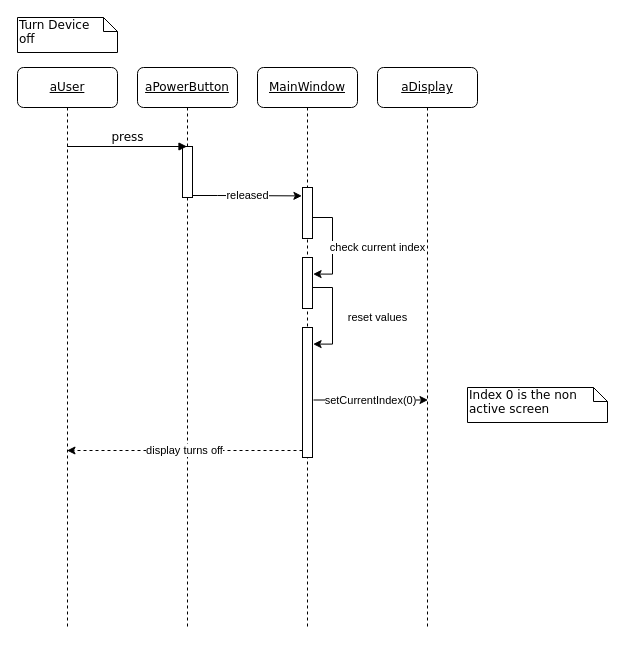
The draw.io diagram Documentation/turn_device_off.drawio in Hall-Andrew/CESDEVICE-3004FinalProject, before the edit. Source tidied: cells renumbered, new cells numbered last; positions are measured from the earlier drawing's top-left corner, leaving out a move shared by most shapes. Both pictures are drawn from the tidied source at 100%, with x=0, y=0 at pixel (17, 17).
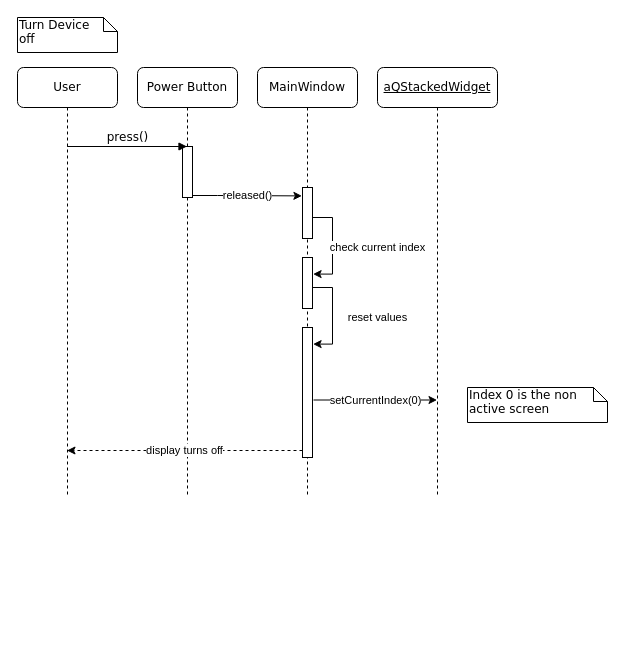
The same page after the edit.

Diff of the diagram source:
```diff
@@
-    <mxCell id="2" value="&lt;u&gt;MainWindow&lt;/u&gt;" style="shape=umlLifeline;perimeter=lifelinePerimeter;whiteSpace=wrap;html=1;rounded=1;shadow=0;comic=0;labelBackgroundColor=none;strokeWidth=1;fontFamily=Verdana;fontSize=12;align=center;" parent="1" vertex="1">
-      <mxGeometry x="240" y="50" width="100" height="560" as="geometry" />
+    <mxCell id="2" value="MainWindow" style="shape=umlLifeline;perimeter=lifelinePerimeter;whiteSpace=wrap;html=1;rounded=1;shadow=0;comic=0;labelBackgroundColor=none;strokeWidth=1;fontFamily=Verdana;fontSize=12;align=center;" parent="1" vertex="1">
+      <mxGeometry x="240" y="50" width="100" height="430" as="geometry" />
     </mxCell>
@@
-    <mxCell id="8" value="&lt;u&gt;aDisplay&lt;/u&gt;" style="shape=umlLifeline;perimeter=lifelinePerimeter;whiteSpace=wrap;html=1;outlineConnect=0;rounded=1;shadow=0;comic=0;labelBackgroundColor=none;strokeWidth=1;fontFamily=Verdana;fontSize=12;align=center;" parent="1" vertex="1">
-      <mxGeometry x="360" y="50" width="100" height="560" as="geometry" />
+    <mxCell id="8" value="&lt;u&gt;aQStackedWidget&lt;/u&gt;" style="shape=umlLifeline;perimeter=lifelinePerimeter;whiteSpace=wrap;html=1;outlineConnect=0;rounded=1;shadow=0;comic=0;labelBackgroundColor=none;strokeWidth=1;fontFamily=Verdana;fontSize=12;align=center;" parent="1" vertex="1">
+      <mxGeometry x="360" y="50" width="120" height="430" as="geometry" />
     </mxCell>
-    <mxCell id="9" value="&lt;u&gt;aUser&lt;/u&gt;" style="shape=umlLifeline;perimeter=lifelinePerimeter;whiteSpace=wrap;html=1;rounded=1;shadow=0;comic=0;labelBackgroundColor=none;strokeWidth=1;fontFamily=Verdana;fontSize=12;align=center;" parent="1" vertex="1">
-      <mxGeometry y="50" width="100" height="560" as="geometry" />
+    <mxCell id="9" value="User" style="shape=umlLifeline;perimeter=lifelinePerimeter;whiteSpace=wrap;html=1;rounded=1;shadow=0;comic=0;labelBackgroundColor=none;strokeWidth=1;fontFamily=Verdana;fontSize=12;align=center;" parent="1" vertex="1">
+      <mxGeometry y="50" width="100" height="430" as="geometry" />
     </mxCell>
@@
-    <mxCell id="11" value="&lt;u&gt;aPowerButton&lt;/u&gt;" style="shape=umlLifeline;perimeter=lifelinePerimeter;whiteSpace=wrap;html=1;outlineConnect=0;rounded=1;shadow=0;comic=0;labelBackgroundColor=none;strokeWidth=1;fontFamily=Verdana;fontSize=12;align=center;" parent="1" vertex="1">
-      <mxGeometry x="120" y="50" width="100" height="560" as="geometry" />
+    <mxCell id="11" value="Power Button" style="shape=umlLifeline;perimeter=lifelinePerimeter;whiteSpace=wrap;html=1;outlineConnect=0;rounded=1;shadow=0;comic=0;labelBackgroundColor=none;strokeWidth=1;fontFamily=Verdana;fontSize=12;align=center;" parent="1" vertex="1">
+      <mxGeometry x="120" y="50" width="100" height="430" as="geometry" />
     </mxCell>
@@
-    <mxCell id="13" value="press" style="html=1;verticalAlign=bottom;endArrow=block;labelBackgroundColor=none;fontFamily=Verdana;fontSize=12;edgeStyle=elbowEdgeStyle;elbow=vertical;rounded=0;" parent="1" edge="1" target="11">
+    <mxCell id="13" value="press()" style="html=1;verticalAlign=bottom;endArrow=block;labelBackgroundColor=none;fontFamily=Verdana;fontSize=12;edgeStyle=elbowEdgeStyle;elbow=vertical;rounded=0;" parent="1" edge="1" target="11">
       <mxGeometry relative="1" as="geometry">
         <mxPoint x="49.7" y="129" as="sourcePoint" />
         <Array as="points">
           <mxPoint x="210" y="129" />
           <mxPoint x="250" y="97" />
           <mxPoint x="250" y="117" />
         </Array>
       </mxGeometry>
     </mxCell>
-    <mxCell id="14" value="released" style="edgeStyle=orthogonalEdgeStyle;rounded=0;orthogonalLoop=1;jettySize=auto;html=1;entryX=-0.06;entryY=0.067;entryDx=0;entryDy=0;entryPerimeter=0;" parent="1" edge="1">
+    <mxCell id="14" value="released()" style="edgeStyle=orthogonalEdgeStyle;rounded=0;orthogonalLoop=1;jettySize=auto;html=1;entryX=-0.06;entryY=0.067;entryDx=0;entryDy=0;entryPerimeter=0;" parent="1" edge="1">
       <mxGeometry relative="1" as="geometry">
         <mxPoint x="175" y="178" as="sourcePoint" />
         <mxPoint x="284.4" y="178.4" as="targetPoint" />
         <Array as="points">
           <mxPoint x="200" y="178" />
           <mxPoint x="200" y="178" />
         </Array>
       </mxGeometry>
     </mxCell>
-    <mxCell id="15" value="setCurrentIndex(0)" style="edgeStyle=orthogonalEdgeStyle;rounded=0;orthogonalLoop=1;jettySize=auto;html=1;" parent="1" edge="1">
+    <mxCell id="15" value="setCurrentIndex(0)" style="edgeStyle=orthogonalEdgeStyle;rounded=0;jettySize=auto;html=1;" parent="1" edge="1" target="8">
       <mxGeometry relative="1" as="geometry">
         <mxPoint x="296" y="382.5" as="sourcePoint" />
-        <mxPoint x="410.5" y="382.5" as="targetPoint" />
         <Array as="points">
-          <mxPoint x="381" y="383" />
-          <mxPoint x="381" y="383" />
+          <mxPoint x="380" y="383" />
+          <mxPoint x="380" y="383" />
         </Array>
       </mxGeometry>
     </mxCell>
```
